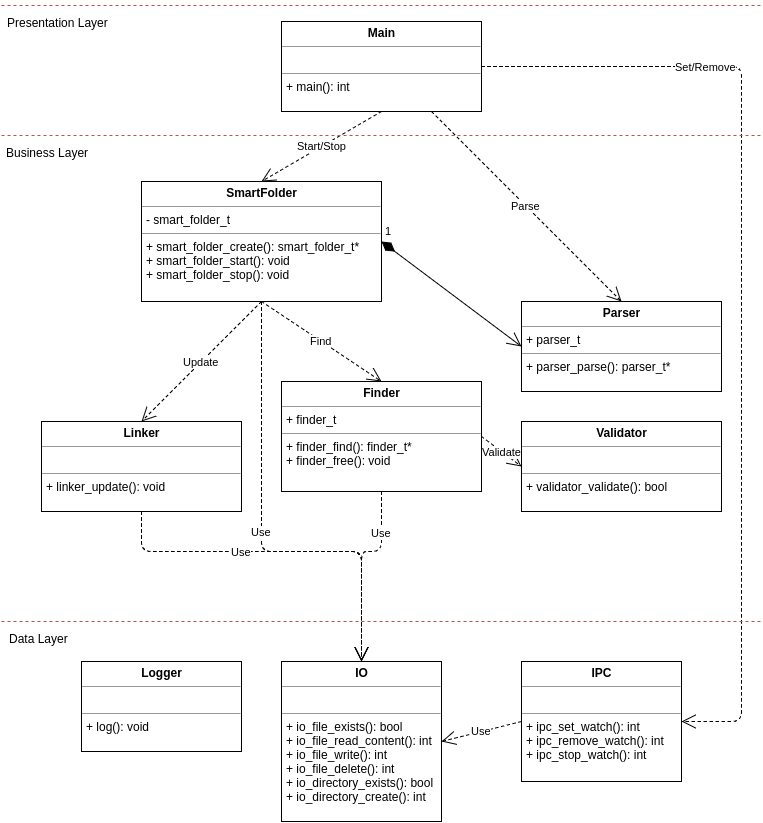
This is report/img/modules.png from claudiosousa/hepia-projects-smart-folder, a draw.io export, as it was before one commit. Source tidied: cells renumbered, new cells last; positions are measured from the earlier drawing's top-left corner, leaving out a move shared by most shapes.
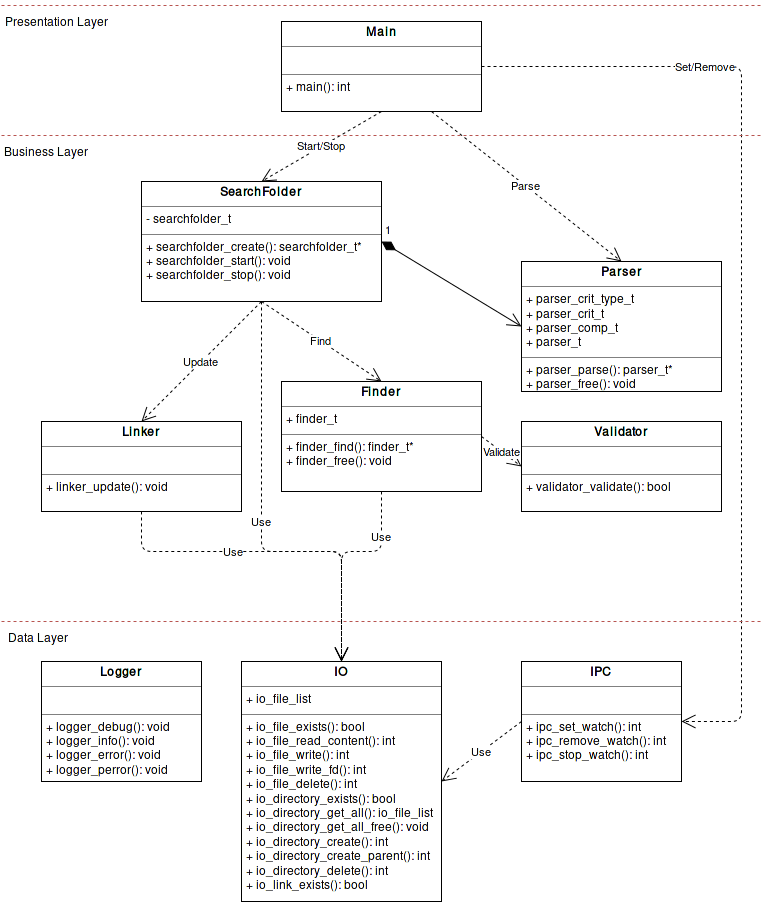
The same file after the commit.

Commit message:
Update diagram and create 'changelog' section

Change to the diagram source:
```diff
@@ -8,17 +8,17 @@
     <mxCell id="3" value="&lt;p style=&quot;margin: 0px ; margin-top: 4px ; text-align: center&quot;&gt;&lt;b&gt;IPC&lt;/b&gt;&lt;br&gt;&lt;/p&gt;&lt;hr size=&quot;1&quot;&gt;&lt;p style=&quot;margin: 0px ; margin-left: 4px&quot;&gt;&lt;br&gt;&lt;/p&gt;&lt;hr size=&quot;1&quot;&gt;&lt;p style=&quot;margin: 0px ; margin-left: 4px&quot;&gt;+ ipc_set_watch(): int&lt;/p&gt;&lt;p style=&quot;margin: 0px ; margin-left: 4px&quot;&gt;+ ipc_remove_watch(): int&lt;br&gt;&lt;/p&gt;&lt;p style=&quot;margin: 0px ; margin-left: 4px&quot;&gt;+ ipc_stop_watch(): int&lt;/p&gt;" style="verticalAlign=top;align=left;overflow=fill;fontSize=12;fontFamily=Helvetica;html=1;" parent="1" vertex="1">
       <mxGeometry x="520" y="660" width="160" height="120" as="geometry" />
     </mxCell>
-    <mxCell id="4" value="&lt;p style=&quot;margin: 0px ; margin-top: 4px ; text-align: center&quot;&gt;&lt;b&gt;SmartFolder&lt;/b&gt;&lt;br&gt;&lt;/p&gt;&lt;hr size=&quot;1&quot;&gt;&lt;p style=&quot;margin: 0px ; margin-left: 4px&quot;&gt;- smart_folder_t&lt;br&gt;&lt;/p&gt;&lt;hr size=&quot;1&quot;&gt;&lt;p style=&quot;margin: 0px ; margin-left: 4px&quot;&gt;+ smart_folder_create(): smart_folder_t*&lt;/p&gt;&lt;p style=&quot;margin: 0px ; margin-left: 4px&quot;&gt;+ smart_folder_start(): void&lt;/p&gt;&lt;p style=&quot;margin: 0px ; margin-left: 4px&quot;&gt;+ smart_folder_stop(): void&lt;br&gt;&lt;/p&gt;" style="verticalAlign=top;align=left;overflow=fill;fontSize=12;fontFamily=Helvetica;html=1;" parent="1" vertex="1">
+    <mxCell id="4" value="&lt;p style=&quot;margin: 0px ; margin-top: 4px ; text-align: center&quot;&gt;&lt;b&gt;SearchFolder&lt;/b&gt;&lt;br&gt;&lt;/p&gt;&lt;hr size=&quot;1&quot;&gt;&lt;p style=&quot;margin: 0px ; margin-left: 4px&quot;&gt;- searchfolder_t&lt;br&gt;&lt;/p&gt;&lt;hr size=&quot;1&quot;&gt;&lt;p style=&quot;margin: 0px ; margin-left: 4px&quot;&gt;+ searchfolder_create(): searchfolder_t*&lt;/p&gt;&lt;p style=&quot;margin: 0px ; margin-left: 4px&quot;&gt;+ searchfolder_start(): void&lt;/p&gt;&lt;p style=&quot;margin: 0px ; margin-left: 4px&quot;&gt;+ searchfolder_stop(): void&lt;br&gt;&lt;/p&gt;" style="verticalAlign=top;align=left;overflow=fill;fontSize=12;fontFamily=Helvetica;html=1;" parent="1" vertex="1">
       <mxGeometry x="140" y="180" width="240" height="120" as="geometry" />
     </mxCell>
-    <mxCell id="5" value="&lt;p style=&quot;margin: 0px ; margin-top: 4px ; text-align: center&quot;&gt;&lt;b&gt;IO&lt;/b&gt;&lt;br&gt;&lt;/p&gt;&lt;hr size=&quot;1&quot;&gt;&lt;p style=&quot;margin: 0px ; margin-left: 4px&quot;&gt;&lt;br&gt;&lt;/p&gt;&lt;hr size=&quot;1&quot;&gt;&lt;p style=&quot;margin: 0px ; margin-left: 4px&quot;&gt;+ io_file_exists(): bool&lt;/p&gt;&lt;p style=&quot;margin: 0px ; margin-left: 4px&quot;&gt;+ io_file_read_content(): int&lt;/p&gt;&lt;p style=&quot;margin: 0px ; margin-left: 4px&quot;&gt;+ io_file_write(): int&lt;/p&gt;&lt;p style=&quot;margin: 0px ; margin-left: 4px&quot;&gt;+ io_file_delete(): int&lt;/p&gt;&lt;p style=&quot;margin: 0px ; margin-left: 4px&quot;&gt;+ io_directory_exists(): bool&lt;/p&gt;&lt;p style=&quot;margin: 0px ; margin-left: 4px&quot;&gt;+ io_directory_create(): int&lt;br&gt;&lt;/p&gt;" style="verticalAlign=top;align=left;overflow=fill;fontSize=12;fontFamily=Helvetica;html=1;" parent="1" vertex="1">
-      <mxGeometry x="280" y="660" width="160" height="160" as="geometry" />
+    <mxCell id="5" value="&lt;p style=&quot;margin: 0px ; margin-top: 4px ; text-align: center&quot;&gt;&lt;b&gt;IO&lt;/b&gt;&lt;br&gt;&lt;/p&gt;&lt;hr size=&quot;1&quot;&gt;&lt;p style=&quot;margin: 0px ; margin-left: 4px&quot;&gt;+ io_file_list&lt;br&gt;&lt;/p&gt;&lt;hr size=&quot;1&quot;&gt;&lt;p style=&quot;margin: 0px ; margin-left: 4px&quot;&gt;+ io_file_exists(): bool&lt;/p&gt;&lt;p style=&quot;margin: 0px ; margin-left: 4px&quot;&gt;+ io_file_read_content(): int&lt;/p&gt;&lt;p style=&quot;margin: 0px ; margin-left: 4px&quot;&gt;+ io_file_write(): int&lt;/p&gt;&lt;p style=&quot;margin: 0px ; margin-left: 4px&quot;&gt;+ io_file_write_fd(): int&lt;br&gt;&lt;/p&gt;&lt;p style=&quot;margin: 0px ; margin-left: 4px&quot;&gt;+ io_file_delete(): int&lt;/p&gt;&lt;p style=&quot;margin: 0px ; margin-left: 4px&quot;&gt;+ io_directory_exists(): bool&lt;/p&gt;&lt;p style=&quot;margin: 0px ; margin-left: 4px&quot;&gt;+ io_directory_get_all(): io_file_list&lt;/p&gt;&lt;p style=&quot;margin: 0px ; margin-left: 4px&quot;&gt;+ io_directory_get_all_free(): void&lt;br&gt;&lt;/p&gt;&lt;p style=&quot;margin: 0px ; margin-left: 4px&quot;&gt;+ io_directory_create(): int&lt;/p&gt;&lt;p style=&quot;margin: 0px ; margin-left: 4px&quot;&gt;+ io_directory_create_parent(): int&lt;/p&gt;&lt;p style=&quot;margin: 0px ; margin-left: 4px&quot;&gt;+ io_directory_delete(): int&lt;/p&gt;&lt;p style=&quot;margin: 0px ; margin-left: 4px&quot;&gt;+ io_link_exists(): bool&lt;br&gt;&lt;/p&gt;" style="verticalAlign=top;align=left;overflow=fill;fontSize=12;fontFamily=Helvetica;html=1;" parent="1" vertex="1">
+      <mxGeometry x="240" y="660" width="200" height="240" as="geometry" />
     </mxCell>
-    <mxCell id="6" value="&lt;p style=&quot;margin: 0px ; margin-top: 4px ; text-align: center&quot;&gt;&lt;b&gt;Logger&lt;/b&gt;&lt;br&gt;&lt;/p&gt;&lt;hr size=&quot;1&quot;&gt;&lt;p style=&quot;margin: 0px ; margin-left: 4px&quot;&gt;&lt;br&gt;&lt;/p&gt;&lt;hr size=&quot;1&quot;&gt;&lt;p style=&quot;margin: 0px ; margin-left: 4px&quot;&gt;+ log(): void&lt;/p&gt;" style="verticalAlign=top;align=left;overflow=fill;fontSize=12;fontFamily=Helvetica;html=1;" parent="1" vertex="1">
-      <mxGeometry x="80" y="660" width="160" height="90" as="geometry" />
+    <mxCell id="6" value="&lt;p style=&quot;margin: 0px ; margin-top: 4px ; text-align: center&quot;&gt;&lt;b&gt;Logger&lt;/b&gt;&lt;br&gt;&lt;/p&gt;&lt;hr size=&quot;1&quot;&gt;&lt;p style=&quot;margin: 0px ; margin-left: 4px&quot;&gt;&lt;br&gt;&lt;/p&gt;&lt;hr size=&quot;1&quot;&gt;&lt;p style=&quot;margin: 0px ; margin-left: 4px&quot;&gt;+ logger_debug(): void&lt;/p&gt;&lt;p style=&quot;margin: 0px ; margin-left: 4px&quot;&gt;+ logger_info(): void&lt;/p&gt;&lt;p style=&quot;margin: 0px ; margin-left: 4px&quot;&gt;+ logger_error(): void&lt;/p&gt;&lt;p style=&quot;margin: 0px ; margin-left: 4px&quot;&gt;+ logger_perror(): void&lt;br&gt;&lt;/p&gt;" style="verticalAlign=top;align=left;overflow=fill;fontSize=12;fontFamily=Helvetica;html=1;" parent="1" vertex="1">
+      <mxGeometry x="40" y="660" width="160" height="120" as="geometry" />
     </mxCell>
-    <mxCell id="7" value="&lt;p style=&quot;margin: 0px ; margin-top: 4px ; text-align: center&quot;&gt;&lt;b&gt;Parser&lt;/b&gt;&lt;br&gt;&lt;/p&gt;&lt;hr size=&quot;1&quot;&gt;&lt;p style=&quot;margin: 0px ; margin-left: 4px&quot;&gt;+ parser_t&lt;br&gt;&lt;/p&gt;&lt;hr size=&quot;1&quot;&gt;&lt;p style=&quot;margin: 0px ; margin-left: 4px&quot;&gt;+ parser_parse(): parser_t*&lt;br&gt;&lt;/p&gt;" style="verticalAlign=top;align=left;overflow=fill;fontSize=12;fontFamily=Helvetica;html=1;" parent="1" vertex="1">
-      <mxGeometry x="520" y="300" width="200" height="90" as="geometry" />
+    <mxCell id="7" value="&lt;p style=&quot;margin: 0px ; margin-top: 4px ; text-align: center&quot;&gt;&lt;b&gt;Parser&lt;/b&gt;&lt;br&gt;&lt;/p&gt;&lt;hr size=&quot;1&quot;&gt;&lt;p style=&quot;margin: 0px ; margin-left: 4px&quot;&gt;+ parser_crit_type_t&lt;/p&gt;&lt;p style=&quot;margin: 0px ; margin-left: 4px&quot;&gt;+ parser_crit_t&lt;/p&gt;&lt;p style=&quot;margin: 0px ; margin-left: 4px&quot;&gt;+ parser_comp_t&lt;/p&gt;&lt;p style=&quot;margin: 0px ; margin-left: 4px&quot;&gt;+ parser_t&lt;/p&gt;&lt;hr size=&quot;1&quot;&gt;&lt;p style=&quot;margin: 0px ; margin-left: 4px&quot;&gt;+ parser_parse(): parser_t*&lt;/p&gt;&lt;p style=&quot;margin: 0px ; margin-left: 4px&quot;&gt;+ parser_free(): void&lt;br&gt;&lt;/p&gt;" style="verticalAlign=top;align=left;overflow=fill;fontSize=12;fontFamily=Helvetica;html=1;" parent="1" vertex="1">
+      <mxGeometry x="520" y="260" width="200" height="130" as="geometry" />
     </mxCell>
     <mxCell id="8" value="&lt;p style=&quot;margin: 0px ; margin-top: 4px ; text-align: center&quot;&gt;&lt;b&gt;Finder&lt;/b&gt;&lt;br&gt;&lt;/p&gt;&lt;hr size=&quot;1&quot;&gt;&lt;p style=&quot;margin: 0px ; margin-left: 4px&quot;&gt;+ finder_t&lt;br&gt;&lt;/p&gt;&lt;hr size=&quot;1&quot;&gt;&lt;p style=&quot;margin: 0px ; margin-left: 4px&quot;&gt;+ finder_find(): finder_t*&lt;br&gt;&lt;/p&gt;&lt;p style=&quot;margin: 0px ; margin-left: 4px&quot;&gt;+ finder_free(): void&lt;br&gt;&lt;/p&gt;" style="verticalAlign=top;align=left;overflow=fill;fontSize=12;fontFamily=Helvetica;html=1;" parent="1" vertex="1">
       <mxGeometry x="280" y="380" width="200" height="110" as="geometry" />
@@ -56,7 +56,7 @@
       <mxGeometry x="-0.24" relative="1" as="geometry">
         <Array as="points">
           <mxPoint x="140" y="550" />
-          <mxPoint x="360" y="550" />
+          <mxPoint x="340" y="550" />
         </Array>
       </mxGeometry>
     </mxCell>
@@ -67,7 +67,7 @@
       <mxGeometry x="-0.57" relative="1" as="geometry">
         <Array as="points">
           <mxPoint x="380" y="550" />
-          <mxPoint x="360" y="550" />
+          <mxPoint x="340" y="550" />
         </Array>
       </mxGeometry>
     </mxCell>
@@ -84,7 +84,7 @@
       <mxGeometry relative="1" as="geometry">
         <Array as="points">
           <mxPoint x="260" y="550" />
-          <mxPoint x="360" y="550" />
+          <mxPoint x="340" y="550" />
         </Array>
       </mxGeometry>
     </mxCell>
```
